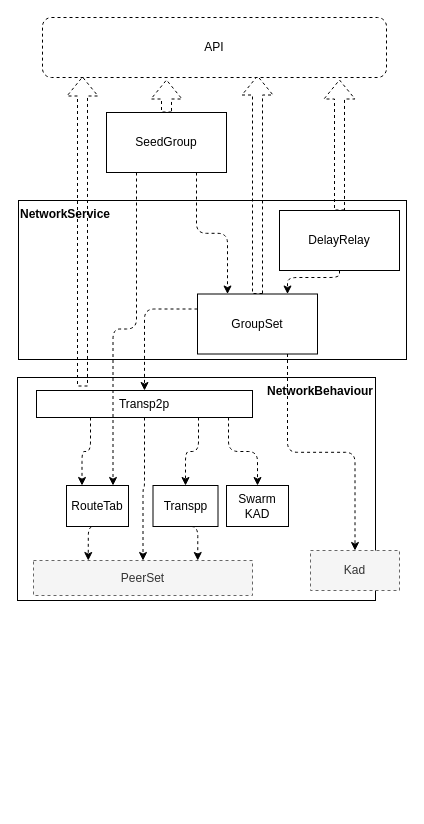
Earlier version of the draw.io diagram page "Page-5" (5 of 9) of 设计说明/system.drawio (plotozhu/PynxDoc). Source tidied: cells renumbered, new cells numbered last; positions are measured from the earlier drawing's top-left corner, leaving out a move shared by most shapes. Both pictures are drawn from the tidied source at 100%, with x=0, y=0 at pixel (17, 17).
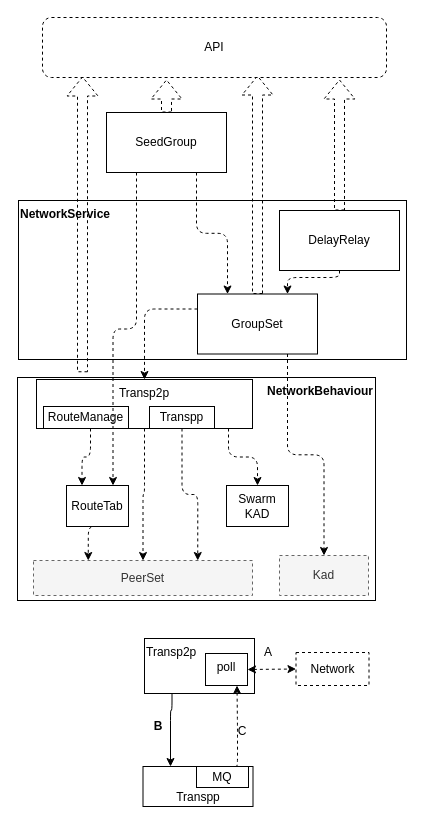
The same page after the edit.

Diff of the diagram source:
```diff
@@
+    <mxCell id="29" value="Transp2p" style="rounded=0;whiteSpace=wrap;html=1;strokeColor=#000000;fillColor=none;align=left;verticalAlign=top;" parent="1" vertex="1">
+      <mxGeometry x="127" y="621" width="110" height="55" as="geometry" />
+    </mxCell>
@@
-    <mxCell id="6" style="edgeStyle=orthogonalEdgeStyle;rounded=1;jettySize=auto;html=1;entryX=0.5;entryY=0;entryDx=0;entryDy=0;startArrow=none;startFill=0;endArrow=classic;endFill=1;dashed=1;exitX=0.75;exitY=1;exitDx=0;exitDy=0;" parent="1" edge="1" source="8" target="27">
-      <mxGeometry relative="1" as="geometry" />
-    </mxCell>
@@
     <mxCell id="8" value="Transp2p" style="rounded=0;whiteSpace=wrap;html=1;strokeColor=#000000;fillColor=none;align=center;verticalAlign=top;" parent="1" vertex="1">
-      <mxGeometry x="19" y="373" width="216" height="27" as="geometry" />
+      <mxGeometry x="19" y="362" width="216" height="49" as="geometry" />
     </mxCell>
@@
     <mxCell id="18" value="Kad" style="rounded=0;whiteSpace=wrap;html=1;strokeColor=#666666;fillColor=#f5f5f5;align=center;dashed=1;fontColor=#333333;" parent="1" vertex="1">
-      <mxGeometry x="293" y="533" width="89" height="40" as="geometry" />
+      <mxGeometry x="262" y="538" width="89" height="40" as="geometry" />
     </mxCell>
@@
     <mxCell id="27" value="Transpp" style="rounded=0;whiteSpace=wrap;html=1;strokeColor=#000000;fillColor=none;align=center;" parent="1" vertex="1">
-      <mxGeometry x="135.5" y="468" width="65" height="41" as="geometry" />
+      <mxGeometry x="132" y="389" width="65" height="22" as="geometry" />
     </mxCell>
@@
+    <mxCell id="30" value="Transpp" style="rounded=0;whiteSpace=wrap;html=1;strokeColor=#000000;fillColor=none;align=center;verticalAlign=bottom;" parent="1" vertex="1">
+      <mxGeometry x="125.5" y="749" width="110" height="40" as="geometry" />
+    </mxCell>
+    <mxCell id="31" value="poll" style="rounded=0;whiteSpace=wrap;html=1;align=center;verticalAlign=top;" parent="1" vertex="1">
+      <mxGeometry x="188" y="636" width="42" height="32" as="geometry" />
+    </mxCell>
+    <mxCell id="32" style="endArrow=classic;html=1;exitX=0.25;exitY=1;exitDx=0;exitDy=0;entryX=0.25;entryY=0;entryDx=0;entryDy=0;edgeStyle=orthogonalEdgeStyle;" parent="1" edge="1" source="29" target="30">
+      <mxGeometry relative="1" as="geometry">
+        <Array as="points">
+          <mxPoint x="155" y="693" />
+          <mxPoint x="153" y="693" />
+        </Array>
+      </mxGeometry>
+    </mxCell>
+    <mxCell id="33" value="&lt;b&gt;B&lt;/b&gt;" style="text;html=1;strokeColor=none;fillColor=none;align=center;verticalAlign=middle;whiteSpace=wrap;rounded=0;" parent="1" vertex="1">
+      <mxGeometry x="120.5" y="698.5" width="40" height="20" as="geometry" />
+    </mxCell>
+    <mxCell id="34" value="C" style="text;html=1;strokeColor=none;fillColor=none;align=center;verticalAlign=middle;whiteSpace=wrap;rounded=0;" parent="1" vertex="1">
+      <mxGeometry x="205" y="703.5" width="40" height="20" as="geometry" />
+    </mxCell>
+    <mxCell id="35" value="Network" style="rounded=0;whiteSpace=wrap;html=1;align=center;dashed=1;" parent="1" vertex="1">
+      <mxGeometry x="278.5" y="635" width="73" height="33" as="geometry" />
+    </mxCell>
+    <mxCell id="36" style="endArrow=classic;html=1;exitX=0.75;exitY=0;exitDx=0;exitDy=0;dashed=1;edgeStyle=orthogonalEdgeStyle;entryX=0.75;entryY=1;entryDx=0;entryDy=0;" parent="1" edge="1" source="37" target="31">
+      <mxGeometry relative="1" as="geometry">
+        <Array as="points">
+          <mxPoint x="220" y="749" />
+          <mxPoint x="220" y="711" />
+        </Array>
+      </mxGeometry>
+    </mxCell>
+    <mxCell id="37" value="MQ" style="rounded=0;whiteSpace=wrap;html=1;align=center;" parent="1" vertex="1">
+      <mxGeometry x="179" y="749" width="52" height="21" as="geometry" />
+    </mxCell>
+    <mxCell id="38" style="endArrow=classic;html=1;dashed=1;exitX=1;exitY=0.5;exitDx=0;exitDy=0;entryX=0;entryY=0.5;entryDx=0;entryDy=0;startArrow=classic;startFill=1;" parent="1" edge="1" source="31" target="35">
+      <mxGeometry relative="1" as="geometry" />
+    </mxCell>
+    <mxCell id="39" value="A" style="text;html=1;strokeColor=none;fillColor=none;align=center;verticalAlign=middle;whiteSpace=wrap;rounded=0;dashed=1;" parent="1" vertex="1">
+      <mxGeometry x="231" y="624.5" width="40" height="20" as="geometry" />
+    </mxCell>
+    <mxCell id="40" value="RouteManage" style="rounded=0;whiteSpace=wrap;html=1;strokeColor=#000000;fillColor=none;align=center;" parent="1" vertex="1">
+      <mxGeometry x="26" y="389" width="85" height="22" as="geometry" />
+    </mxCell>
```
